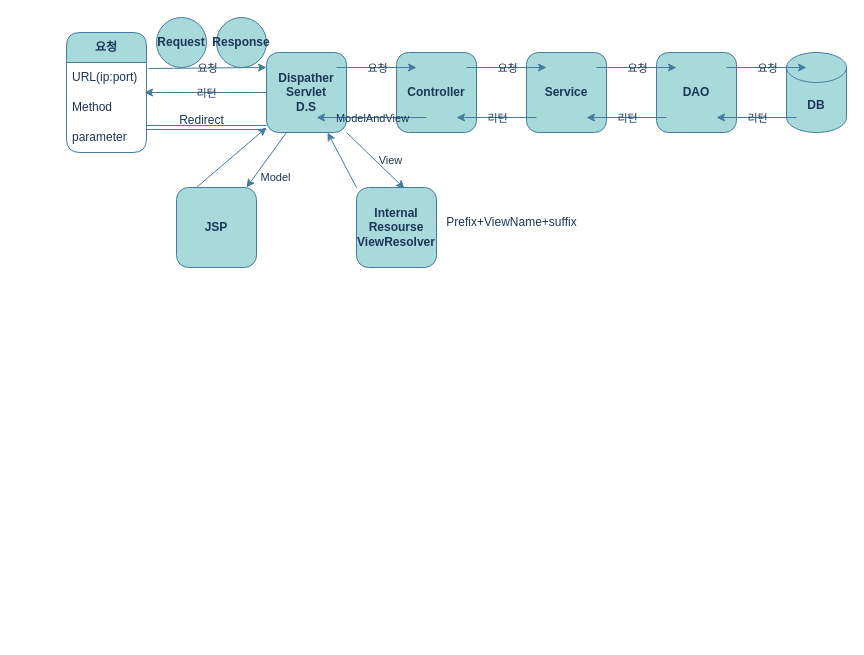
Before: page "Spring" (1 of 2) of 제목 없는 다이어그램.drawio in beaver10/GDJ60_Spring, a draw.io diagram. Source tidied: cells renumbered, new cells numbered last; positions are measured from the earlier drawing's top-left corner, leaving out a move shared by most shapes. Both pictures are drawn from the tidied source at 100%, with x=0, y=0 at pixel (66, 17).
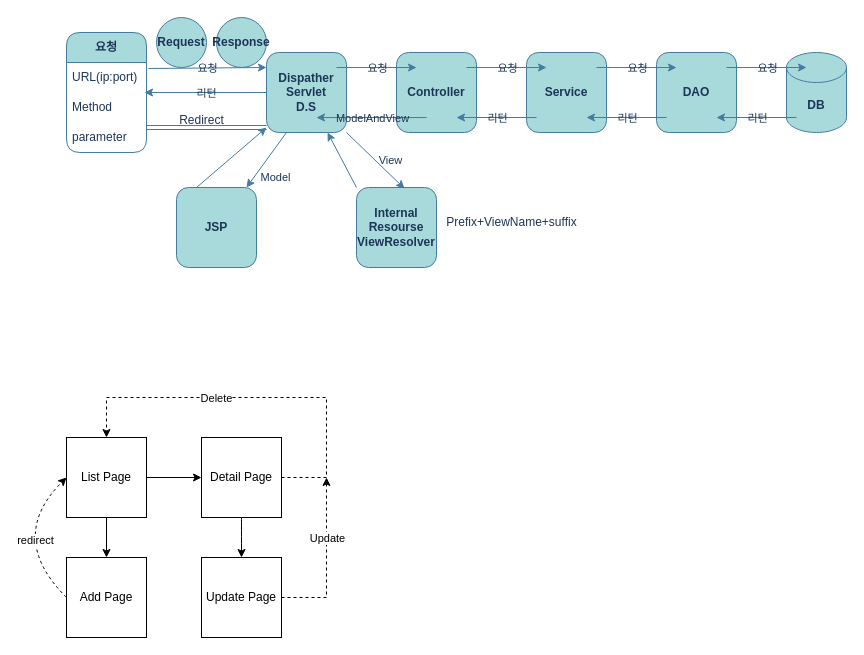
The same diagram, later.

Change to the diagram source:
```diff
@@
+    <mxCell id="44" style="edgeStyle=orthogonalEdgeStyle;rounded=0;jettySize=auto;html=1;" parent="1" edge="1" source="46" target="48">
+      <mxGeometry relative="1" as="geometry" />
+    </mxCell>
+    <mxCell id="45" style="edgeStyle=orthogonalEdgeStyle;rounded=0;jettySize=auto;html=1;" parent="1" edge="1" source="46" target="49">
+      <mxGeometry relative="1" as="geometry" />
+    </mxCell>
+    <mxCell id="46" value="List Page" style="whiteSpace=wrap;html=1;" parent="1" vertex="1">
+      <mxGeometry y="420" width="80" height="80" as="geometry" />
+    </mxCell>
+    <mxCell id="47" style="edgeStyle=orthogonalEdgeStyle;curved=1;jettySize=auto;html=1;targetPerimeterSpacing=0;" parent="1" edge="1" source="48" target="54">
+      <mxGeometry relative="1" as="geometry" />
+    </mxCell>
+    <mxCell id="48" value="Detail Page" style="whiteSpace=wrap;html=1;" parent="1" vertex="1">
+      <mxGeometry x="135" y="420" width="80" height="80" as="geometry" />
+    </mxCell>
+    <mxCell id="49" value="Add Page" style="whiteSpace=wrap;html=1;" parent="1" vertex="1">
+      <mxGeometry y="540" width="80" height="80" as="geometry" />
+    </mxCell>
+    <mxCell id="50" style="endArrow=classic;html=1;targetPerimeterSpacing=7;curved=1;entryX=0;entryY=0.5;entryDx=0;entryDy=0;exitX=0;exitY=0.5;exitDx=0;exitDy=0;dashed=1;" parent="1" edge="1" source="49" target="46">
+      <mxGeometry relative="1" as="geometry">
+        <Array as="points">
+          <mxPoint x="-60" y="520" />
+        </Array>
+      </mxGeometry>
+    </mxCell>
+    <mxCell id="51" value="redirect" style="edgeLabel;html=1;align=center;verticalAlign=middle;" parent="50" vertex="1">
+      <mxGeometry x="-0.26" y="-19" relative="1" as="geometry" />
+    </mxCell>
+    <mxCell id="52" style="endArrow=classic;html=1;dashed=1;targetPerimeterSpacing=7;exitX=1;exitY=0.5;exitDx=0;exitDy=0;entryX=0.5;entryY=0;entryDx=0;entryDy=0;rounded=0;" parent="1" edge="1" source="48" target="46">
+      <mxGeometry relative="1" as="geometry">
+        <Array as="points">
+          <mxPoint x="260" y="460" />
+          <mxPoint x="260" y="380" />
+          <mxPoint x="40" y="380" />
+        </Array>
+      </mxGeometry>
+    </mxCell>
+    <mxCell id="53" value="Delete" style="edgeLabel;html=1;align=center;verticalAlign=middle;" parent="52" vertex="1">
+      <mxGeometry x="0.26" y="23" relative="1" as="geometry">
+        <mxPoint x="7" y="-23" as="offset" />
+      </mxGeometry>
+    </mxCell>
+    <mxCell id="54" value="Update Page" style="whiteSpace=wrap;html=1;" parent="1" vertex="1">
+      <mxGeometry x="135" y="540" width="80" height="80" as="geometry" />
+    </mxCell>
+    <mxCell id="55" style="endArrow=classic;html=1;targetPerimeterSpacing=0;exitX=1;exitY=0.5;exitDx=0;exitDy=0;dashed=1;rounded=0;" parent="1" edge="1" source="54">
+      <mxGeometry relative="1" as="geometry">
+        <mxPoint x="260" y="460" as="targetPoint" />
+        <Array as="points">
+          <mxPoint x="260" y="580" />
+        </Array>
+      </mxGeometry>
+    </mxCell>
+    <mxCell id="56" value="Update" style="edgeLabel;html=1;align=center;verticalAlign=middle;" parent="55" vertex="1">
+      <mxGeometry x="-0.39" relative="1" as="geometry">
+        <mxPoint y="-55" as="offset" />
+      </mxGeometry>
+    </mxCell>
```
